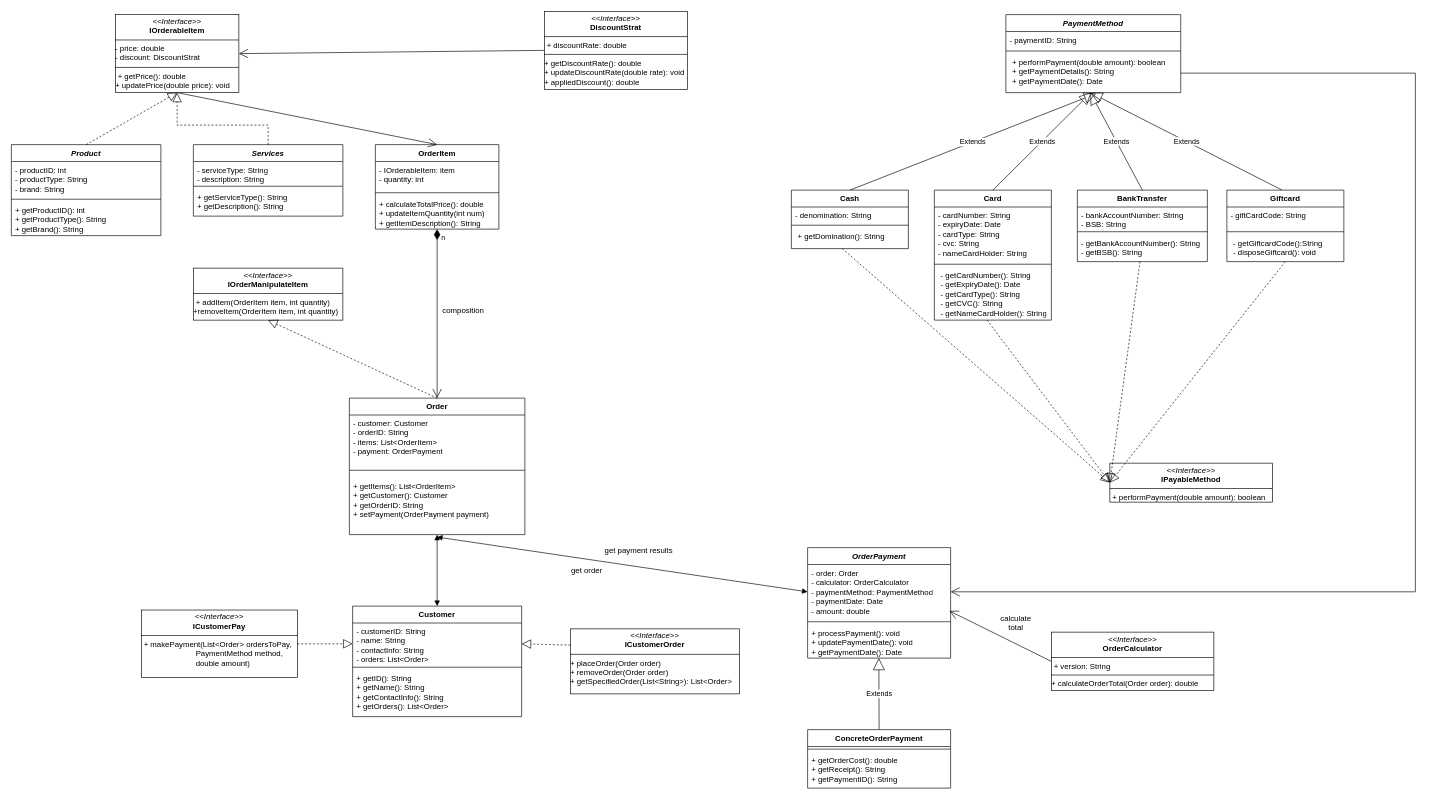
Before: soft2201w3.drawio in NguyenChHieu/graphs, a draw.io diagram. Source tidied: cells renumbered, new cells numbered last; positions are measured from the earlier drawing's top-left corner, leaving out a move shared by most shapes. Both pictures are drawn from the tidied source at 65%, with x=0, y=0 at pixel (11, 11).
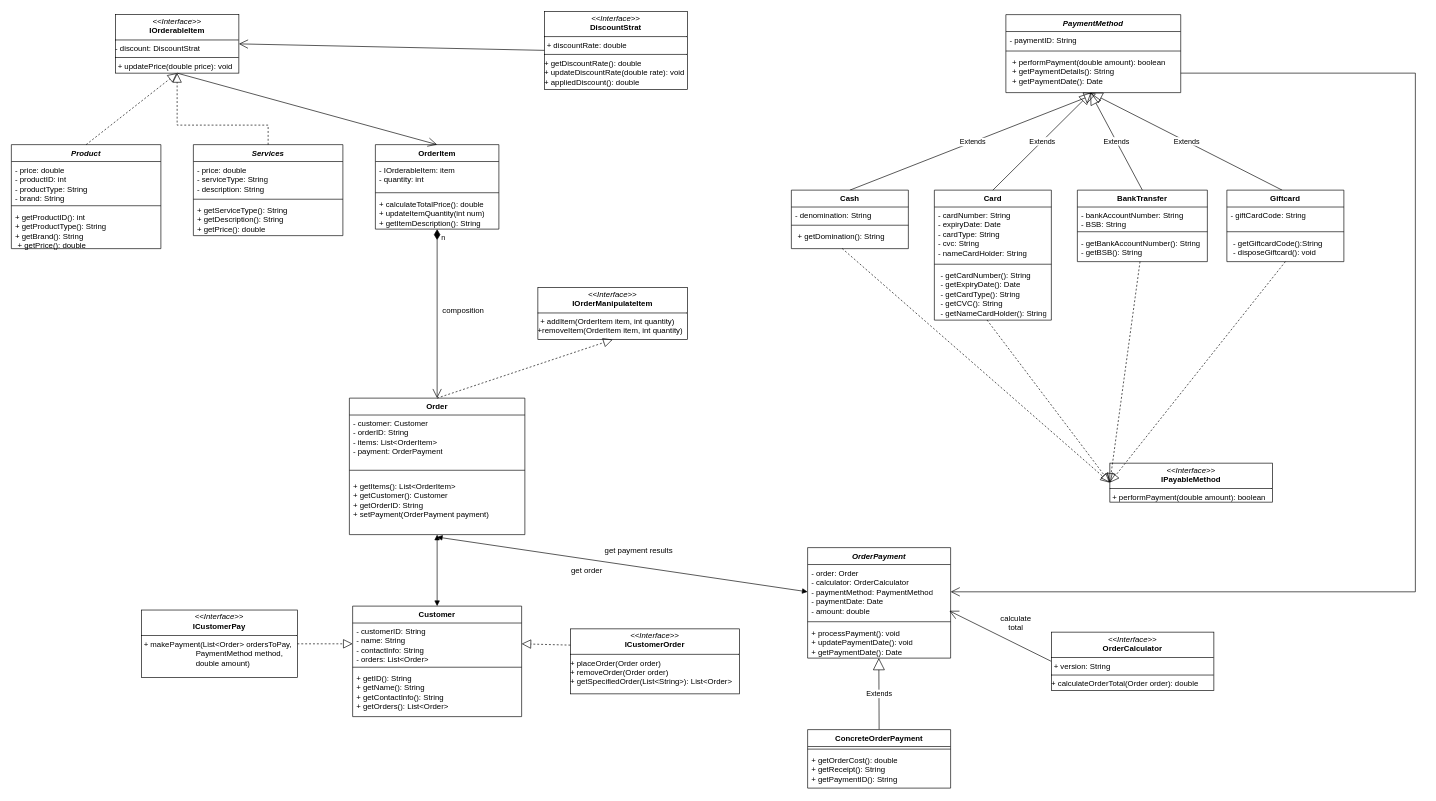
After the change.

Diff of the diagram source:
```diff
@@
     <mxCell id="2" value="&lt;i&gt;Product&lt;/i&gt;" style="swimlane;fontStyle=1;align=center;verticalAlign=top;horizontal=1;startSize=26;whiteSpace=wrap;html=1;" parent="1" vertex="1">
-      <mxGeometry y="205" width="230" height="140" as="geometry" />
+      <mxGeometry y="205" width="230" height="160" as="geometry" />
     </mxCell>
-    <mxCell id="3" value="&lt;div&gt;- productID: int&lt;/div&gt;- productType: String&lt;div&gt;- brand: String&lt;/div&gt;" style="text;strokeColor=none;fillColor=none;align=left;verticalAlign=top;spacingLeft=4;spacingRight=4;overflow=hidden;whiteSpace=wrap;html=1;" parent="2" vertex="1">
-      <mxGeometry y="26" width="230" height="54" as="geometry" />
+    <mxCell id="3" value="&lt;div&gt;- price: double&lt;/div&gt;&lt;div&gt;- productID: int&lt;/div&gt;- productType: String&lt;div&gt;- brand: String&lt;/div&gt;" style="text;strokeColor=none;fillColor=none;align=left;verticalAlign=top;spacingLeft=4;spacingRight=4;overflow=hidden;whiteSpace=wrap;html=1;" parent="2" vertex="1">
+      <mxGeometry y="26" width="230" height="64" as="geometry" />
     </mxCell>
     <mxCell id="4" style="line;strokeWidth=1;fillColor=none;align=left;verticalAlign=middle;spacingTop=-1;spacingLeft=3;spacingRight=3;labelPosition=right;strokeColor=inherit;" parent="2" vertex="1">
-      <mxGeometry y="80" width="230" height="8" as="geometry" />
+      <mxGeometry y="90" width="230" height="8" as="geometry" />
     </mxCell>
-    <mxCell id="5" value="&lt;div&gt;+ getProductID(): int&lt;/div&gt;&lt;div&gt;&lt;span style=&quot;background-color: initial;&quot;&gt;+ getProductType(): String&lt;/span&gt;&lt;br&gt;&lt;/div&gt;&lt;div&gt;&lt;div&gt;+ getBrand(): String&lt;/div&gt;&lt;/div&gt;&lt;div&gt;&lt;span style=&quot;background-color: initial;&quot;&gt;&lt;br&gt;&lt;/span&gt;&lt;/div&gt;&lt;div&gt;&lt;div&gt;&lt;br&gt;&lt;/div&gt;&lt;/div&gt;" style="text;strokeColor=none;fillColor=none;align=left;verticalAlign=top;spacingLeft=4;spacingRight=4;overflow=hidden;whiteSpace=wrap;html=1;" parent="2" vertex="1">
-      <mxGeometry y="88" width="230" height="52" as="geometry" />
+    <mxCell id="5" value="&lt;div&gt;+ getProductID(): int&lt;/div&gt;&lt;div&gt;&lt;span style=&quot;background-color: initial;&quot;&gt;+ getProductType(): String&lt;/span&gt;&lt;br&gt;&lt;/div&gt;&lt;div&gt;&lt;div&gt;+ getBrand(): String&lt;/div&gt;&lt;/div&gt;&lt;div&gt;&lt;p style=&quot;margin: 0px 0px 0px 4px;&quot;&gt;+ getPrice(): double&lt;/p&gt;&lt;/div&gt;&lt;div&gt;&lt;br&gt;&lt;/div&gt;&lt;div&gt;&lt;span style=&quot;background-color: initial;&quot;&gt;&lt;br&gt;&lt;/span&gt;&lt;/div&gt;&lt;div&gt;&lt;div&gt;&lt;br&gt;&lt;/div&gt;&lt;/div&gt;" style="text;strokeColor=none;fillColor=none;align=left;verticalAlign=top;spacingLeft=4;spacingRight=4;overflow=hidden;whiteSpace=wrap;html=1;" parent="2" vertex="1">
+      <mxGeometry y="98" width="230" height="62" as="geometry" />
     </mxCell>
     <mxCell id="6" value="&lt;i&gt;Services&lt;/i&gt;" style="swimlane;fontStyle=1;align=center;verticalAlign=top;horizontal=1;startSize=26;whiteSpace=wrap;html=1;" parent="1" vertex="1">
-      <mxGeometry x="280" y="205" width="230" height="110" as="geometry" />
+      <mxGeometry x="280" y="205" width="230" height="140" as="geometry" />
     </mxCell>
-    <mxCell id="7" value="- serviceType: String&lt;br&gt;&lt;div&gt;- description: String&amp;nbsp;&lt;/div&gt;&lt;div&gt;&lt;br&gt;&lt;/div&gt;" style="text;strokeColor=none;fillColor=none;align=left;verticalAlign=top;spacingLeft=4;spacingRight=4;overflow=hidden;whiteSpace=wrap;html=1;" parent="6" vertex="1">
-      <mxGeometry y="26" width="230" height="34" as="geometry" />
+    <mxCell id="7" value="&lt;div&gt;- price: double&lt;br&gt;&lt;/div&gt;- serviceType: String&lt;br&gt;&lt;div&gt;- description: String&amp;nbsp;&lt;/div&gt;&lt;div&gt;&lt;br&gt;&lt;/div&gt;" style="text;strokeColor=none;fillColor=none;align=left;verticalAlign=top;spacingLeft=4;spacingRight=4;overflow=hidden;whiteSpace=wrap;html=1;" parent="6" vertex="1">
+      <mxGeometry y="26" width="230" height="54" as="geometry" />
     </mxCell>
     <mxCell id="8" style="line;strokeWidth=1;fillColor=none;align=left;verticalAlign=middle;spacingTop=-1;spacingLeft=3;spacingRight=3;labelPosition=right;strokeColor=inherit;" parent="6" vertex="1">
-      <mxGeometry y="60" width="230" height="8" as="geometry" />
+      <mxGeometry y="80" width="230" height="8" as="geometry" />
     </mxCell>
-    <mxCell id="9" value="&lt;div&gt;+ getServiceType(): String&lt;/div&gt;&lt;div&gt;+ getDescription(): String&lt;/div&gt;&lt;div&gt;&lt;div&gt;&lt;br&gt;&lt;/div&gt;&lt;div&gt;&lt;br&gt;&lt;/div&gt;&lt;div&gt;&lt;br&gt;&lt;/div&gt;&lt;/div&gt;" style="text;strokeColor=none;fillColor=none;align=left;verticalAlign=top;spacingLeft=4;spacingRight=4;overflow=hidden;whiteSpace=wrap;html=1;" parent="6" vertex="1">
-      <mxGeometry y="68" width="230" height="42" as="geometry" />
+    <mxCell id="9" value="&lt;div&gt;+ getServiceType(): String&lt;/div&gt;&lt;div&gt;+ getDescription(): String&lt;/div&gt;&lt;div&gt;&lt;span style=&quot;background-color: initial;&quot;&gt;+ getPrice(): double&lt;/span&gt;&lt;/div&gt;&lt;div&gt;&lt;div&gt;&lt;br&gt;&lt;/div&gt;&lt;div&gt;&lt;br&gt;&lt;/div&gt;&lt;div&gt;&lt;br&gt;&lt;/div&gt;&lt;/div&gt;" style="text;strokeColor=none;fillColor=none;align=left;verticalAlign=top;spacingLeft=4;spacingRight=4;overflow=hidden;whiteSpace=wrap;html=1;" parent="6" vertex="1">
+      <mxGeometry y="88" width="230" height="52" as="geometry" />
     </mxCell>
@@
-    <mxCell id="14" value="&lt;p style=&quot;margin:0px;margin-top:4px;text-align:center;&quot;&gt;&lt;i&gt;&amp;lt;&amp;lt;Interface&amp;gt;&amp;gt;&lt;/i&gt;&lt;br&gt;&lt;b&gt;IOrderableItem&lt;/b&gt;&lt;/p&gt;&lt;hr size=&quot;1&quot; style=&quot;border-style:solid;&quot;&gt;&lt;div&gt;- price: double&lt;/div&gt;&lt;div&gt;- discount: DiscountStrat&lt;/div&gt;&lt;hr size=&quot;1&quot; style=&quot;border-style:solid;&quot;&gt;&lt;p style=&quot;margin: 0px 0px 0px 4px;&quot;&gt;+ getPrice(): double&lt;/p&gt;&lt;div&gt;&lt;span style=&quot;background-color: initial;&quot;&gt;+ updatePrice(double price): void&lt;/span&gt;&lt;br&gt;&lt;/div&gt;&lt;div&gt;&lt;br&gt;&lt;/div&gt;&lt;p style=&quot;margin: 0px 0px 0px 4px;&quot;&gt;&lt;br&gt;&lt;/p&gt;" style="verticalAlign=top;align=left;overflow=fill;html=1;whiteSpace=wrap;" parent="1" vertex="1">
-      <mxGeometry x="160" y="5" width="190" height="120" as="geometry" />
+    <mxCell id="14" value="&lt;p style=&quot;margin:0px;margin-top:4px;text-align:center;&quot;&gt;&lt;i&gt;&amp;lt;&amp;lt;Interface&amp;gt;&amp;gt;&lt;/i&gt;&lt;br&gt;&lt;b&gt;IOrderableItem&lt;/b&gt;&lt;/p&gt;&lt;hr size=&quot;1&quot; style=&quot;border-style:solid;&quot;&gt;&lt;div&gt;&lt;span style=&quot;background-color: initial;&quot;&gt;- discount: DiscountStrat&lt;/span&gt;&lt;br&gt;&lt;/div&gt;&lt;hr size=&quot;1&quot; style=&quot;border-style:solid;&quot;&gt;&lt;p style=&quot;margin: 0px 0px 0px 4px;&quot;&gt;&lt;span style=&quot;background-color: initial;&quot;&gt;+ updatePrice(double price): void&lt;/span&gt;&lt;br&gt;&lt;/p&gt;&lt;div&gt;&lt;br&gt;&lt;/div&gt;&lt;p style=&quot;margin: 0px 0px 0px 4px;&quot;&gt;&lt;br&gt;&lt;/p&gt;" style="verticalAlign=top;align=left;overflow=fill;html=1;whiteSpace=wrap;" parent="1" vertex="1">
+      <mxGeometry x="160" y="5" width="190" height="90" as="geometry" />
     </mxCell>
@@
     <mxCell id="79" value="&lt;p style=&quot;margin:0px;margin-top:4px;text-align:center;&quot;&gt;&lt;i&gt;&amp;lt;&amp;lt;Interface&amp;gt;&amp;gt;&lt;/i&gt;&lt;br&gt;&lt;b&gt;IOrderManipulateItem&lt;/b&gt;&lt;/p&gt;&lt;hr size=&quot;1&quot; style=&quot;border-style:solid;&quot;&gt;&lt;p style=&quot;margin:0px;margin-left:4px;&quot;&gt;+ addItem(OrderItem item,&amp;nbsp;&lt;span style=&quot;background-color: initial;&quot;&gt;int quantity)&lt;/span&gt;&lt;/p&gt;&lt;div&gt;+removeItem(&lt;span style=&quot;background-color: initial;&quot;&gt;OrderItem item,&amp;nbsp;&lt;/span&gt;&lt;span style=&quot;background-color: initial;&quot;&gt;int quantity)&lt;/span&gt;&lt;/div&gt;" style="verticalAlign=top;align=left;overflow=fill;html=1;whiteSpace=wrap;" parent="1" vertex="1">
-      <mxGeometry x="280" y="395" width="230" height="80" as="geometry" />
+      <mxGeometry x="810" y="425" width="230" height="80" as="geometry" />
     </mxCell>
```
